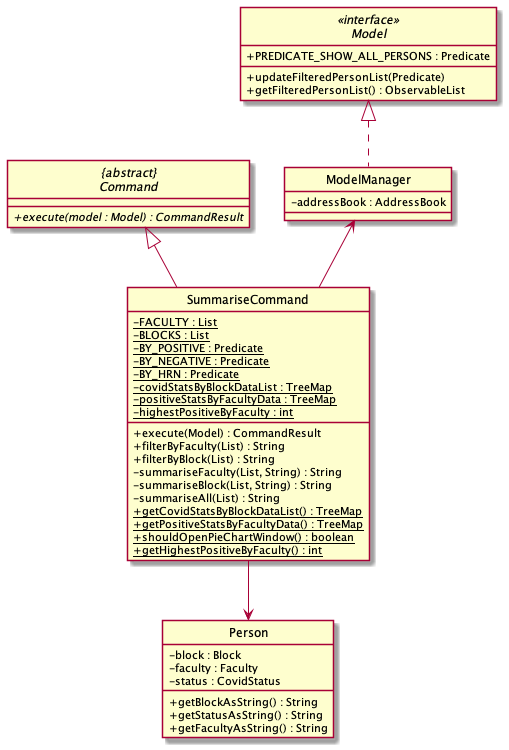
The PlantUML diagram docs/images/SummariseClassDiagram.png in nus-cs2103-AY2122S2/tp, before a commit.
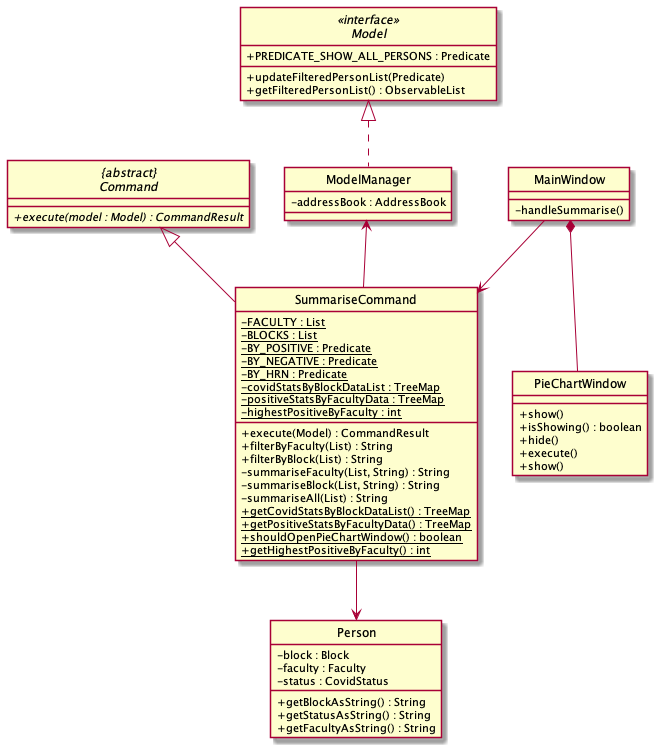
After the change.

Commit message:
Update SummariseCommand Class Diagram

What changed in the source:
```diff
@@ -50,7 +50,22 @@
     + {static} getHighestPositiveByFaculty() : int
 }
 
+class MainWindow {
+    - handleSummarise()
+}
+
+class PieChartWindow {
+     + show()
+     + isShowing() : boolean
+     + hide()
+     + execute()
+     + show()
+ }
+
 ModelManager <-- SummariseCommand
 "{abstract}\nCommand" <|-- SummariseCommand
 SummariseCommand --> Person
+MainWindow --> SummariseCommand
+MainWindow *-- PieChartWindow
+
 @enduml
```
